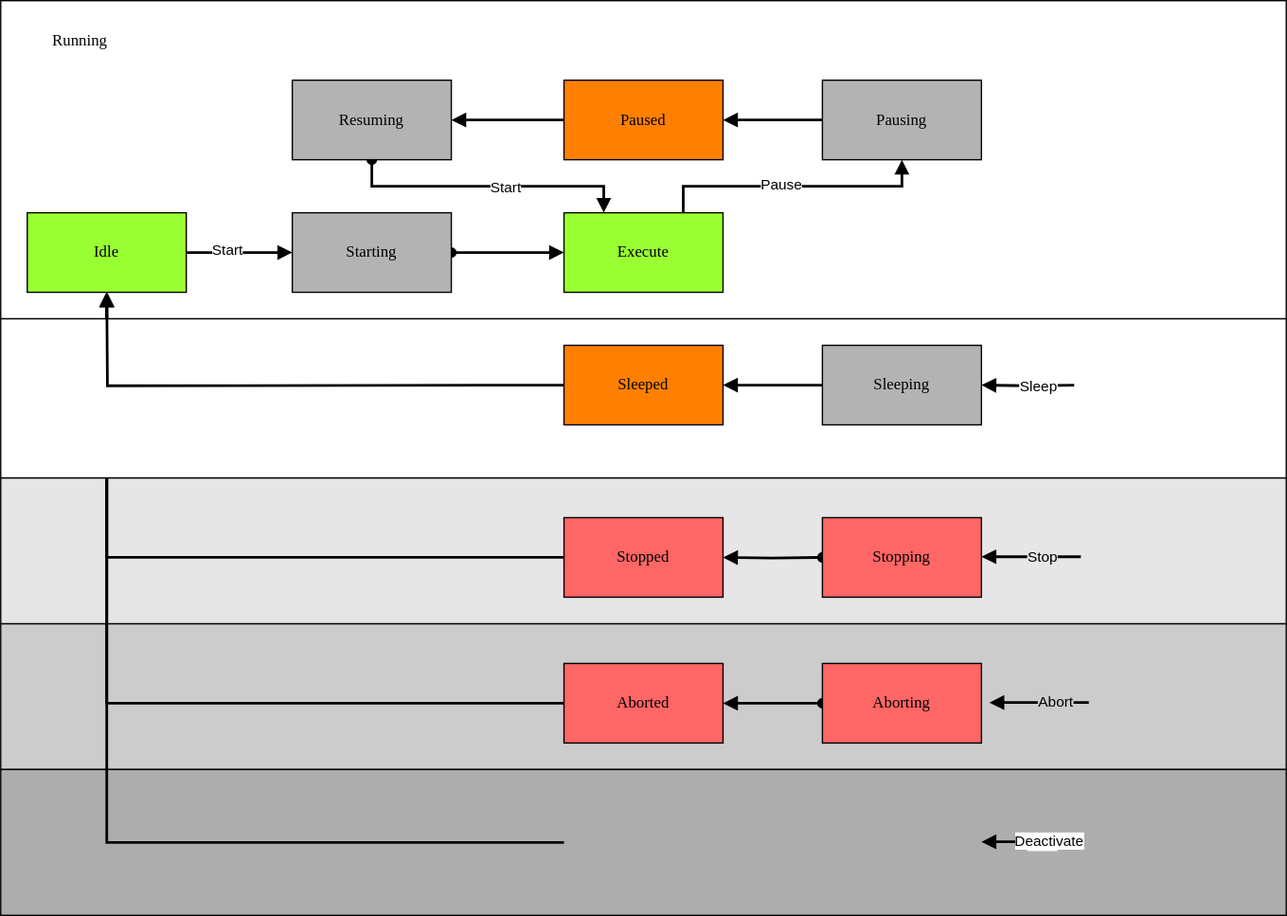
Earlier version of the draw.io export docs/StateMachine.drawio.svg (PeterZerlauth/Tc3_Component). Source tidied: cells renumbered, new cells last; positions are measured from the earlier drawing's top-left corner, leaving out a move shared by most shapes.
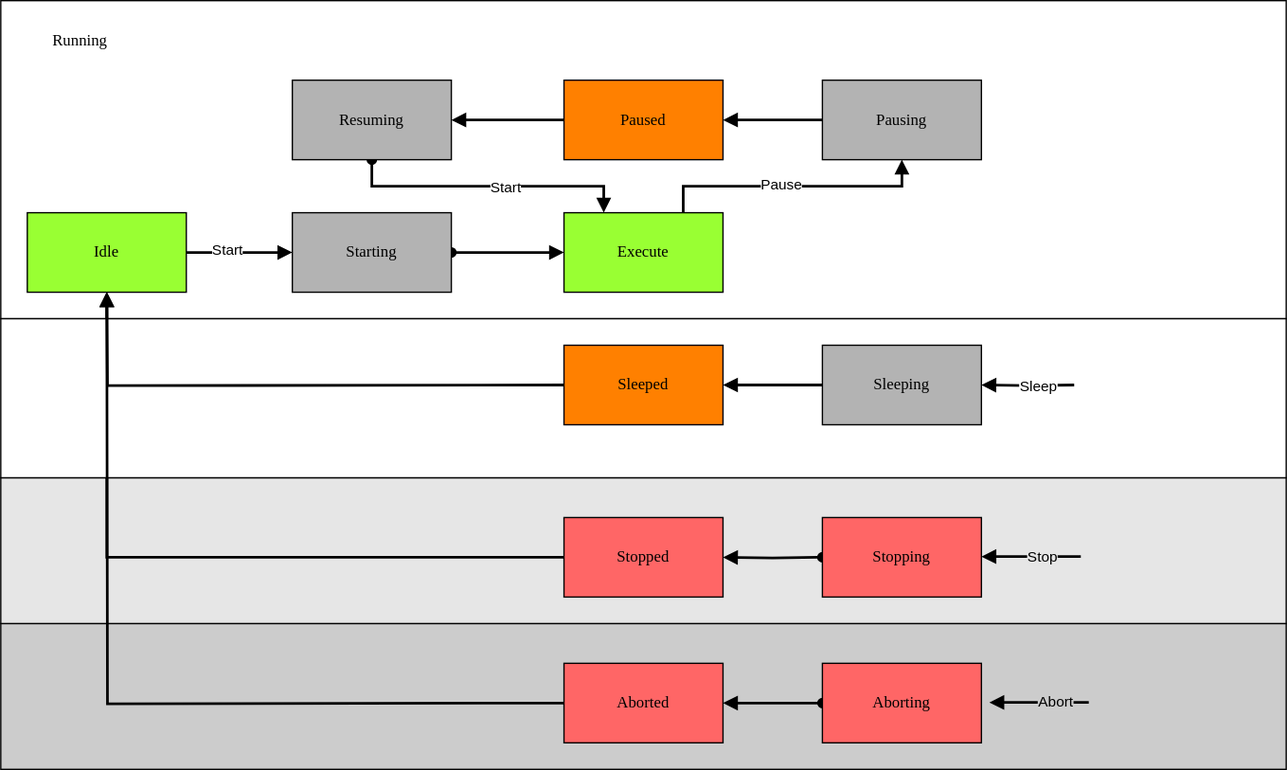
The same file after the commit.

The edit, as a diff of the source:
```diff
@@ -41,9 +41,6 @@
     <mxCell id="14" value="Stopped" style="rounded=0;whiteSpace=wrap;html=1;arcSize=24;fillColor=#FF6666;strokeColor=#000000;shadow=0;comic=0;labelBackgroundColor=none;fontFamily=Verdana;fontSize=12;fontColor=#000000;align=center;" parent="1" vertex="1">
       <mxGeometry x="425" y="390" width="120" height="60" as="geometry" />
     </mxCell>
-    <mxCell id="15" style="edgeStyle=orthogonalEdgeStyle;rounded=0;jettySize=auto;html=1;strokeColor=default;align=center;verticalAlign=middle;fontFamily=Helvetica;fontSize=11;fontColor=default;labelBackgroundColor=default;endArrow=block;endFill=1;entryX=0.5;entryY=1;entryDx=0;entryDy=0;strokeWidth=2;" parent="1" edge="1" source="16" target="12">
-      <mxGeometry relative="1" as="geometry" />
-    </mxCell>
     <mxCell id="16" value="Aborted" style="rounded=0;whiteSpace=wrap;html=1;arcSize=24;fillColor=#FF6666;strokeColor=#000000;shadow=0;comic=0;labelBackgroundColor=none;fontFamily=Verdana;fontSize=12;fontColor=#000000;align=center;" parent="1" vertex="1">
       <mxGeometry x="425" y="500" width="120" height="60" as="geometry" />
     </mxCell>
@@ -114,34 +111,6 @@
     <mxCell id="32" value="Running" style="rounded=0;whiteSpace=wrap;html=1;arcSize=24;fillColor=none;strokeColor=none;shadow=0;comic=0;labelBackgroundColor=none;fontFamily=Verdana;fontSize=12;fontColor=#000000;align=center;" parent="1" vertex="1">
       <mxGeometry width="120" height="60" as="geometry" />
     </mxCell>
-    <mxCell id="33" style="rounded=0;whiteSpace=wrap;html=1;fontFamily=Helvetica;fontSize=11;fontColor=default;labelBackgroundColor=default;fillColor=#ADADAD;" parent="1" vertex="1">
-      <mxGeometry y="580" width="970" height="110" as="geometry" />
-    </mxCell>
-    <mxCell id="34" style="edgeStyle=orthogonalEdgeStyle;rounded=0;orthogonalLoop=1;jettySize=auto;html=1;strokeColor=default;align=center;verticalAlign=middle;fontFamily=Helvetica;fontSize=11;fontColor=default;labelBackgroundColor=default;endArrow=block;endFill=1;strokeWidth=2;" parent="1" edge="1">
-      <mxGeometry relative="1" as="geometry">
-        <mxPoint x="815" y="634.5" as="sourcePoint" />
-        <mxPoint x="740" y="634.5" as="targetPoint" />
-      </mxGeometry>
-    </mxCell>
-    <mxCell id="35" value="Hold" style="edgeLabel;html=1;align=center;verticalAlign=middle;fontFamily=Helvetica;fontSize=11;fontColor=default;labelBackgroundColor=#FFFFFF;" parent="34" vertex="1">
-      <mxGeometry x="-0.2" y="3" relative="1" as="geometry">
-        <mxPoint y="-3" as="offset" />
-      </mxGeometry>
-    </mxCell>
-    <mxCell id="36" value="Deactivate" style="edgeLabel;html=1;align=center;verticalAlign=middle;" parent="34" vertex="1">
-      <mxGeometry x="-0.33" y="3" relative="1" as="geometry">
-        <mxPoint y="-4" as="offset" />
-      </mxGeometry>
-    </mxCell>
-    <mxCell id="37" style="edgeStyle=orthogonalEdgeStyle;rounded=0;orthogonalLoop=1;jettySize=auto;html=1;strokeColor=default;align=center;verticalAlign=middle;fontFamily=Helvetica;fontSize=11;fontColor=default;labelBackgroundColor=default;endArrow=block;endFill=1;strokeWidth=2;entryX=0.5;entryY=1;entryDx=0;entryDy=0;exitX=0;exitY=0.5;exitDx=0;exitDy=0;" parent="1" edge="1">
-      <mxGeometry relative="1" as="geometry">
-        <mxPoint x="425" y="635" as="sourcePoint" />
-        <mxPoint x="80" y="220" as="targetPoint" />
-        <Array as="points">
-          <mxPoint x="80" y="635" />
-        </Array>
-      </mxGeometry>
-    </mxCell>
     <mxCell id="38" style="rounded=0;whiteSpace=wrap;html=1;fontFamily=Helvetica;fontSize=11;fontColor=default;labelBackgroundColor=default;fillColor=#FFFFFF;" parent="1" vertex="1">
       <mxGeometry y="240" width="970" height="120" as="geometry" />
     </mxCell>
@@ -170,5 +139,11 @@
         <mxPoint x="80" y="220" as="targetPoint" />
       </mxGeometry>
     </mxCell>
+    <mxCell id="45" style="edgeStyle=orthogonalEdgeStyle;rounded=0;orthogonalLoop=1;jettySize=auto;html=1;strokeColor=default;align=center;verticalAlign=middle;fontFamily=Helvetica;fontSize=11;fontColor=default;labelBackgroundColor=default;endArrow=block;endFill=1;entryX=0.5;entryY=1;entryDx=0;entryDy=0;strokeWidth=2;" parent="1" edge="1">
+      <mxGeometry relative="1" as="geometry">
+        <mxPoint x="425" y="530" as="sourcePoint" />
+        <mxPoint x="80" y="220" as="targetPoint" />
+      </mxGeometry>
+    </mxCell>
   </root>
 </mxGraphModel>
```
